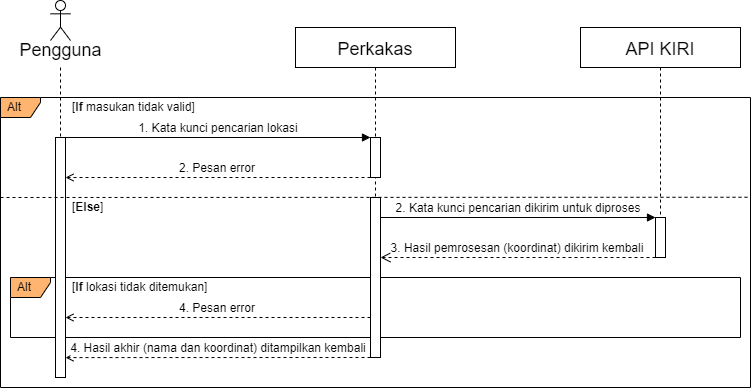
The draw.io diagram doc/DokumenSkripsi/Gambar/diagrams-sequence-searchplace.png in alfredapri/Skripsi, before a commit. Source tidied: cells renumbered, new cells last; positions are measured from the earlier drawing's top-left corner, leaving out a move shared by most shapes. Its diagram source:
```xml
<mxGraphModel>
  <root>
    <mxCell id="0" />
    <mxCell id="1" parent="0" />
    <mxCell id="2" value="Alt" style="shape=umlFrame;whiteSpace=wrap;html=1;width=40;height=20;boundedLbl=1;verticalAlign=middle;align=left;spacingLeft=5;fontSize=12;fillColor=#FFB570;" parent="1" vertex="1">
      <mxGeometry y="97" width="750" height="290" as="geometry" />
    </mxCell>
    <mxCell id="3" value="Alt" style="shape=umlFrame;whiteSpace=wrap;html=1;width=40;height=20;boundedLbl=1;verticalAlign=middle;align=left;spacingLeft=5;fontSize=12;fillColor=#FFB570;" parent="1" vertex="1">
      <mxGeometry x="10" y="277" width="730" height="60" as="geometry" />
    </mxCell>
    <mxCell id="4" value="Perkakas" style="shape=umlLifeline;perimeter=lifelinePerimeter;rounded=0;shadow=0;strokeWidth=1;fontSize=18;verticalAlign=middle;" parent="1" vertex="1">
      <mxGeometry x="295" y="27" width="160" height="330" as="geometry" />
    </mxCell>
    <mxCell id="5" style="perimeter=orthogonalPerimeter;rounded=0;shadow=0;strokeWidth=1;fillColor=default;" parent="4" vertex="1">
      <mxGeometry x="75" y="170" width="10" height="160" as="geometry" />
    </mxCell>
    <mxCell id="6" style="perimeter=orthogonalPerimeter;rounded=0;shadow=0;strokeWidth=1;fillColor=default;" parent="4" vertex="1">
      <mxGeometry x="75" y="110" width="10" height="40" as="geometry" />
    </mxCell>
    <mxCell id="7" value="4. Hasil akhir (nama dan koordinat) ditampilkan kembali" style="verticalAlign=bottom;endArrow=open;shadow=0;strokeWidth=1;fontSize=12;endFill=0;dashed=1;exitX=0;exitY=1;exitDx=0;exitDy=0;exitPerimeter=0;fontStyle=0;entryX=1.002;entryY=0.917;entryDx=0;entryDy=0;entryPerimeter=0;" parent="4" edge="1">
      <mxGeometry relative="1" as="geometry">
        <mxPoint x="75" y="330" as="sourcePoint" />
        <mxPoint x="-230" y="330.1" as="targetPoint" />
      </mxGeometry>
    </mxCell>
    <mxCell id="8" value="3. Hasil pemrosesan (koordinat) dikirim kembali" style="verticalAlign=bottom;endArrow=open;dashed=1;endSize=8;exitX=-0.002;exitY=0.333;shadow=0;strokeWidth=1;fontSize=12;exitDx=0;exitDy=0;exitPerimeter=0;entryX=1.002;entryY=0.333;entryDx=0;entryDy=0;entryPerimeter=0;" parent="4" edge="1">
      <mxGeometry relative="1" as="geometry">
        <mxPoint x="360" y="230" as="sourcePoint" />
        <mxPoint x="85" y="230" as="targetPoint" />
      </mxGeometry>
    </mxCell>
    <mxCell id="9" value="API KIRI" style="shape=umlLifeline;perimeter=lifelinePerimeter;rounded=0;shadow=0;strokeWidth=1;fontSize=18;" parent="1" vertex="1">
      <mxGeometry x="580" y="27" width="160" height="230" as="geometry" />
    </mxCell>
    <mxCell id="10" style="perimeter=orthogonalPerimeter;rounded=0;shadow=0;strokeWidth=1;" parent="9" vertex="1">
      <mxGeometry x="75" y="190" width="10" height="40" as="geometry" />
    </mxCell>
    <mxCell id="11" value="2. Pesan error" style="verticalAlign=bottom;endArrow=open;shadow=0;strokeWidth=1;fontSize=12;endFill=0;dashed=1;entryX=0.999;entryY=0.125;entryDx=0;entryDy=0;entryPerimeter=0;fontStyle=0;" parent="1" edge="1">
      <mxGeometry relative="1" as="geometry">
        <mxPoint x="370" y="177" as="sourcePoint" />
        <mxPoint x="65" y="177" as="targetPoint" />
      </mxGeometry>
    </mxCell>
    <mxCell id="12" style="rounded=0;jettySize=auto;html=1;fontSize=18;endArrow=none;endFill=0;dashed=1;" parent="1" edge="1" target="14">
      <mxGeometry relative="1" as="geometry">
        <mxPoint x="60" y="67" as="sourcePoint" />
      </mxGeometry>
    </mxCell>
    <mxCell id="13" value="&lt;font style=&quot;font-size: 18px;&quot;&gt;Pengguna&lt;/font&gt;" style="shape=umlActor;verticalLabelPosition=bottom;verticalAlign=top;html=1;spacing=-5;labelPosition=center;align=center;" parent="1" vertex="1">
      <mxGeometry x="50" width="20" height="40" as="geometry" />
    </mxCell>
    <mxCell id="14" style="points=[];perimeter=orthogonalPerimeter;rounded=0;shadow=0;strokeWidth=1;" parent="1" vertex="1">
      <mxGeometry x="55" y="137" width="10" height="240" as="geometry" />
    </mxCell>
    <mxCell id="15" value="1. Kata kunci pencarian lokasi" style="verticalAlign=bottom;startArrow=none;endArrow=block;startSize=8;shadow=0;strokeWidth=1;exitX=1;exitY=0;exitDx=0;exitDy=0;exitPerimeter=0;startFill=0;fontSize=12;entryX=0;entryY=-0.001;entryDx=0;entryDy=0;entryPerimeter=0;" parent="1" edge="1">
      <mxGeometry relative="1" as="geometry">
        <mxPoint x="65" y="137" as="sourcePoint" />
        <mxPoint x="370" y="137" as="targetPoint" />
      </mxGeometry>
    </mxCell>
    <mxCell id="16" style="endArrow=none;dashed=1;html=1;rounded=0;fontSize=12;entryX=1;entryY=0.344;entryDx=0;entryDy=0;entryPerimeter=0;" parent="1" edge="1" target="2">
      <mxGeometry relative="1" as="geometry">
        <mxPoint y="197" as="sourcePoint" />
      </mxGeometry>
    </mxCell>
    <mxCell id="17" value="[&lt;b&gt;If&lt;/b&gt; masukan tidak valid]" style="text;html=1;strokeColor=none;fillColor=none;align=left;verticalAlign=middle;whiteSpace=wrap;rounded=0;fontSize=12;" parent="1" vertex="1">
      <mxGeometry x="70" y="97" width="140" height="20" as="geometry" />
    </mxCell>
    <mxCell id="18" value="[&lt;b&gt;Else&lt;/b&gt;]" style="text;html=1;strokeColor=none;fillColor=none;align=left;verticalAlign=middle;whiteSpace=wrap;rounded=0;fontSize=12;" parent="1" vertex="1">
      <mxGeometry x="70" y="197" width="140" height="20" as="geometry" />
    </mxCell>
    <mxCell id="19" value="[&lt;b&gt;If&lt;/b&gt; lokasi tidak ditemukan]" style="text;html=1;strokeColor=none;fillColor=none;align=left;verticalAlign=middle;whiteSpace=wrap;rounded=0;fontSize=12;" parent="1" vertex="1">
      <mxGeometry x="70" y="277" width="140" height="20" as="geometry" />
    </mxCell>
    <mxCell id="20" value="2. Kata kunci pencarian dikirim untuk diproses" style="verticalAlign=bottom;endArrow=block;entryX=0;entryY=0;shadow=0;strokeWidth=1;fontSize=12;" parent="1" edge="1">
      <mxGeometry relative="1" as="geometry">
        <mxPoint x="380" y="217" as="sourcePoint" />
        <mxPoint x="655" y="217" as="targetPoint" />
      </mxGeometry>
    </mxCell>
    <mxCell id="21" value="4. Pesan error" style="verticalAlign=bottom;endArrow=open;shadow=0;strokeWidth=1;fontSize=12;endFill=0;dashed=1;entryX=0.999;entryY=0.125;entryDx=0;entryDy=0;entryPerimeter=0;fontStyle=0;" parent="1" edge="1">
      <mxGeometry relative="1" as="geometry">
        <mxPoint x="370" y="317" as="sourcePoint" />
        <mxPoint x="65" y="317" as="targetPoint" />
      </mxGeometry>
    </mxCell>
  </root>
</mxGraphModel>
```
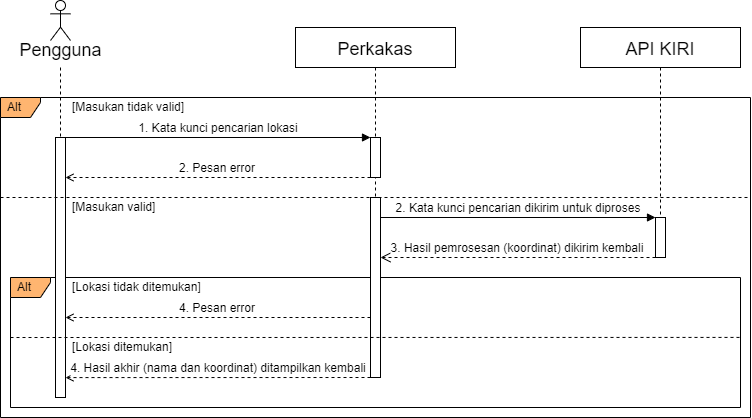
The same diagram one commit later.

Change to the diagram source:
```diff
@@ -3,24 +3,24 @@
     <mxCell id="0" />
     <mxCell id="1" parent="0" />
     <mxCell id="2" value="Alt" style="shape=umlFrame;whiteSpace=wrap;html=1;width=40;height=20;boundedLbl=1;verticalAlign=middle;align=left;spacingLeft=5;fontSize=12;fillColor=#FFB570;" parent="1" vertex="1">
-      <mxGeometry y="97" width="750" height="290" as="geometry" />
+      <mxGeometry y="97" width="750" height="320" as="geometry" />
     </mxCell>
     <mxCell id="3" value="Alt" style="shape=umlFrame;whiteSpace=wrap;html=1;width=40;height=20;boundedLbl=1;verticalAlign=middle;align=left;spacingLeft=5;fontSize=12;fillColor=#FFB570;" parent="1" vertex="1">
-      <mxGeometry x="10" y="277" width="730" height="60" as="geometry" />
+      <mxGeometry x="10" y="277" width="730" height="130" as="geometry" />
     </mxCell>
     <mxCell id="4" value="Perkakas" style="shape=umlLifeline;perimeter=lifelinePerimeter;rounded=0;shadow=0;strokeWidth=1;fontSize=18;verticalAlign=middle;" parent="1" vertex="1">
-      <mxGeometry x="295" y="27" width="160" height="330" as="geometry" />
+      <mxGeometry x="295" y="27" width="160" height="350" as="geometry" />
     </mxCell>
     <mxCell id="5" style="perimeter=orthogonalPerimeter;rounded=0;shadow=0;strokeWidth=1;fillColor=default;" parent="4" vertex="1">
-      <mxGeometry x="75" y="170" width="10" height="160" as="geometry" />
+      <mxGeometry x="75" y="170" width="10" height="180" as="geometry" />
     </mxCell>
     <mxCell id="6" style="perimeter=orthogonalPerimeter;rounded=0;shadow=0;strokeWidth=1;fillColor=default;" parent="4" vertex="1">
       <mxGeometry x="75" y="110" width="10" height="40" as="geometry" />
     </mxCell>
     <mxCell id="7" value="4. Hasil akhir (nama dan koordinat) ditampilkan kembali" style="verticalAlign=bottom;endArrow=open;shadow=0;strokeWidth=1;fontSize=12;endFill=0;dashed=1;exitX=0;exitY=1;exitDx=0;exitDy=0;exitPerimeter=0;fontStyle=0;entryX=1.002;entryY=0.917;entryDx=0;entryDy=0;entryPerimeter=0;" parent="4" edge="1">
       <mxGeometry relative="1" as="geometry">
-        <mxPoint x="75" y="330" as="sourcePoint" />
-        <mxPoint x="-230" y="330.1" as="targetPoint" />
+        <mxPoint x="75" y="350" as="sourcePoint" />
+        <mxPoint x="-230" y="350.1" as="targetPoint" />
       </mxGeometry>
     </mxCell>
     <mxCell id="8" value="3. Hasil pemrosesan (koordinat) dikirim kembali" style="verticalAlign=bottom;endArrow=open;dashed=1;endSize=8;exitX=-0.002;exitY=0.333;shadow=0;strokeWidth=1;fontSize=12;exitDx=0;exitDy=0;exitPerimeter=0;entryX=1.002;entryY=0.333;entryDx=0;entryDy=0;entryPerimeter=0;" parent="4" edge="1">
@@ -50,7 +50,7 @@
       <mxGeometry x="50" width="20" height="40" as="geometry" />
     </mxCell>
     <mxCell id="14" style="points=[];perimeter=orthogonalPerimeter;rounded=0;shadow=0;strokeWidth=1;" parent="1" vertex="1">
-      <mxGeometry x="55" y="137" width="10" height="240" as="geometry" />
+      <mxGeometry x="55" y="137" width="10" height="260" as="geometry" />
     </mxCell>
     <mxCell id="15" value="1. Kata kunci pencarian lokasi" style="verticalAlign=bottom;startArrow=none;endArrow=block;startSize=8;shadow=0;strokeWidth=1;exitX=1;exitY=0;exitDx=0;exitDy=0;exitPerimeter=0;startFill=0;fontSize=12;entryX=0;entryY=-0.001;entryDx=0;entryDy=0;entryPerimeter=0;" parent="1" edge="1">
       <mxGeometry relative="1" as="geometry">
@@ -58,18 +58,19 @@
         <mxPoint x="370" y="137" as="targetPoint" />
       </mxGeometry>
     </mxCell>
-    <mxCell id="16" style="endArrow=none;dashed=1;html=1;rounded=0;fontSize=12;entryX=1;entryY=0.344;entryDx=0;entryDy=0;entryPerimeter=0;" parent="1" edge="1" target="2">
+    <mxCell id="16" style="endArrow=none;dashed=1;html=1;rounded=0;fontSize=12;entryX=1;entryY=0.303;entryDx=0;entryDy=0;entryPerimeter=0;" parent="1" edge="1">
       <mxGeometry relative="1" as="geometry">
         <mxPoint y="197" as="sourcePoint" />
+        <mxPoint x="750" y="197" as="targetPoint" />
       </mxGeometry>
     </mxCell>
-    <mxCell id="17" value="[&lt;b&gt;If&lt;/b&gt; masukan tidak valid]" style="text;html=1;strokeColor=none;fillColor=none;align=left;verticalAlign=middle;whiteSpace=wrap;rounded=0;fontSize=12;" parent="1" vertex="1">
+    <mxCell id="17" value="[Masukan tidak valid]" style="text;html=1;strokeColor=none;fillColor=none;align=left;verticalAlign=middle;whiteSpace=wrap;rounded=0;fontSize=12;" parent="1" vertex="1">
       <mxGeometry x="70" y="97" width="140" height="20" as="geometry" />
     </mxCell>
-    <mxCell id="18" value="[&lt;b&gt;Else&lt;/b&gt;]" style="text;html=1;strokeColor=none;fillColor=none;align=left;verticalAlign=middle;whiteSpace=wrap;rounded=0;fontSize=12;" parent="1" vertex="1">
+    <mxCell id="18" value="[Masukan valid]" style="text;html=1;strokeColor=none;fillColor=none;align=left;verticalAlign=middle;whiteSpace=wrap;rounded=0;fontSize=12;" parent="1" vertex="1">
       <mxGeometry x="70" y="197" width="140" height="20" as="geometry" />
     </mxCell>
-    <mxCell id="19" value="[&lt;b&gt;If&lt;/b&gt; lokasi tidak ditemukan]" style="text;html=1;strokeColor=none;fillColor=none;align=left;verticalAlign=middle;whiteSpace=wrap;rounded=0;fontSize=12;" parent="1" vertex="1">
+    <mxCell id="19" value="[Lokasi tidak ditemukan]" style="text;html=1;strokeColor=none;fillColor=none;align=left;verticalAlign=middle;whiteSpace=wrap;rounded=0;fontSize=12;" parent="1" vertex="1">
       <mxGeometry x="70" y="277" width="140" height="20" as="geometry" />
     </mxCell>
     <mxCell id="20" value="2. Kata kunci pencarian dikirim untuk diproses" style="verticalAlign=bottom;endArrow=block;entryX=0;entryY=0;shadow=0;strokeWidth=1;fontSize=12;" parent="1" edge="1">
@@ -84,5 +85,14 @@
         <mxPoint x="65" y="317" as="targetPoint" />
       </mxGeometry>
     </mxCell>
+    <mxCell id="22" value="[Lokasi ditemukan]" style="text;html=1;strokeColor=none;fillColor=none;align=left;verticalAlign=middle;whiteSpace=wrap;rounded=0;fontSize=12;" parent="1" vertex="1">
+      <mxGeometry x="70" y="337" width="140" height="20" as="geometry" />
+    </mxCell>
+    <mxCell id="23" style="endArrow=none;dashed=1;html=1;rounded=0;fontSize=12;entryX=1;entryY=0.428;entryDx=0;entryDy=0;entryPerimeter=0;" parent="1" edge="1">
+      <mxGeometry relative="1" as="geometry">
+        <mxPoint x="10" y="337" as="sourcePoint" />
+        <mxPoint x="740" y="336.9" as="targetPoint" />
+      </mxGeometry>
+    </mxCell>
   </root>
 </mxGraphModel>
```
